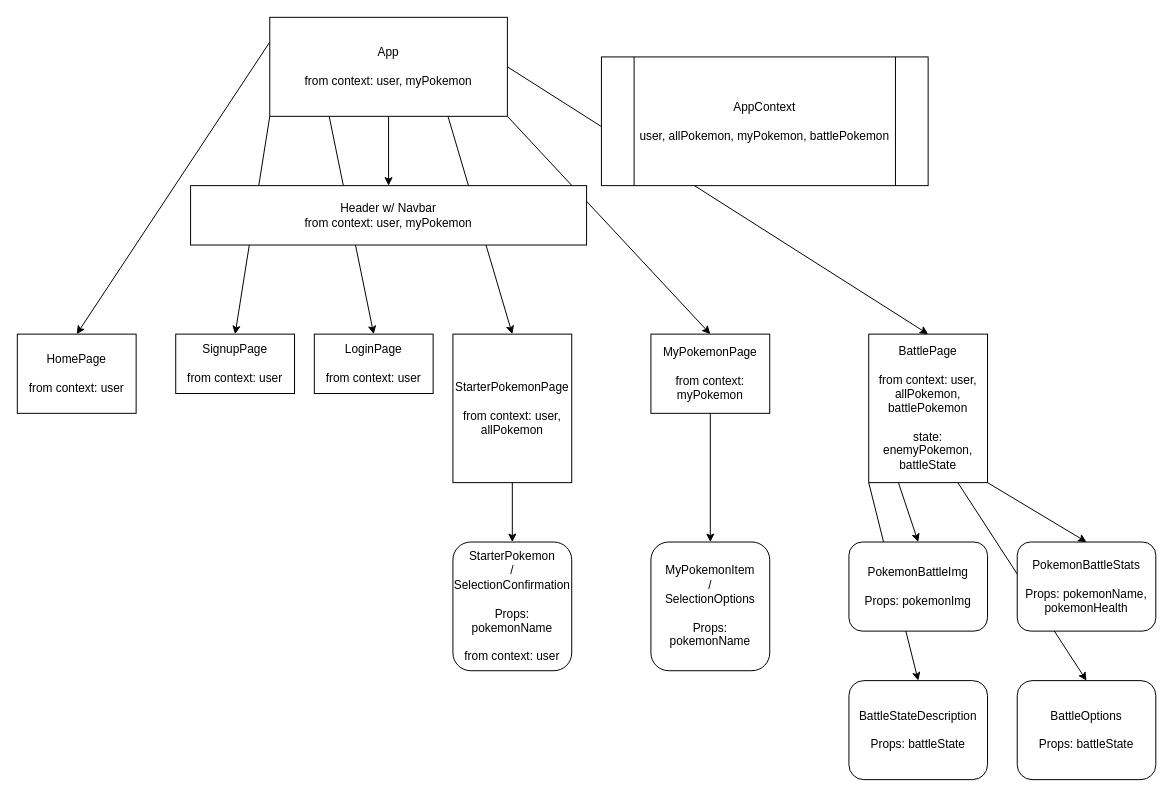
arnquic/unit3SoloProject-Frontend keeps this draw.io diagram as planningStuff/FrontendComponents.dio. Above is the earlier version. Source tidied: cells renumbered, new cells numbered last; positions are measured from the earlier drawing's top-left corner, leaving out a move shared by most shapes. Both pictures are drawn from the tidied source at 99%, with x=0, y=0 at pixel (17, 17).
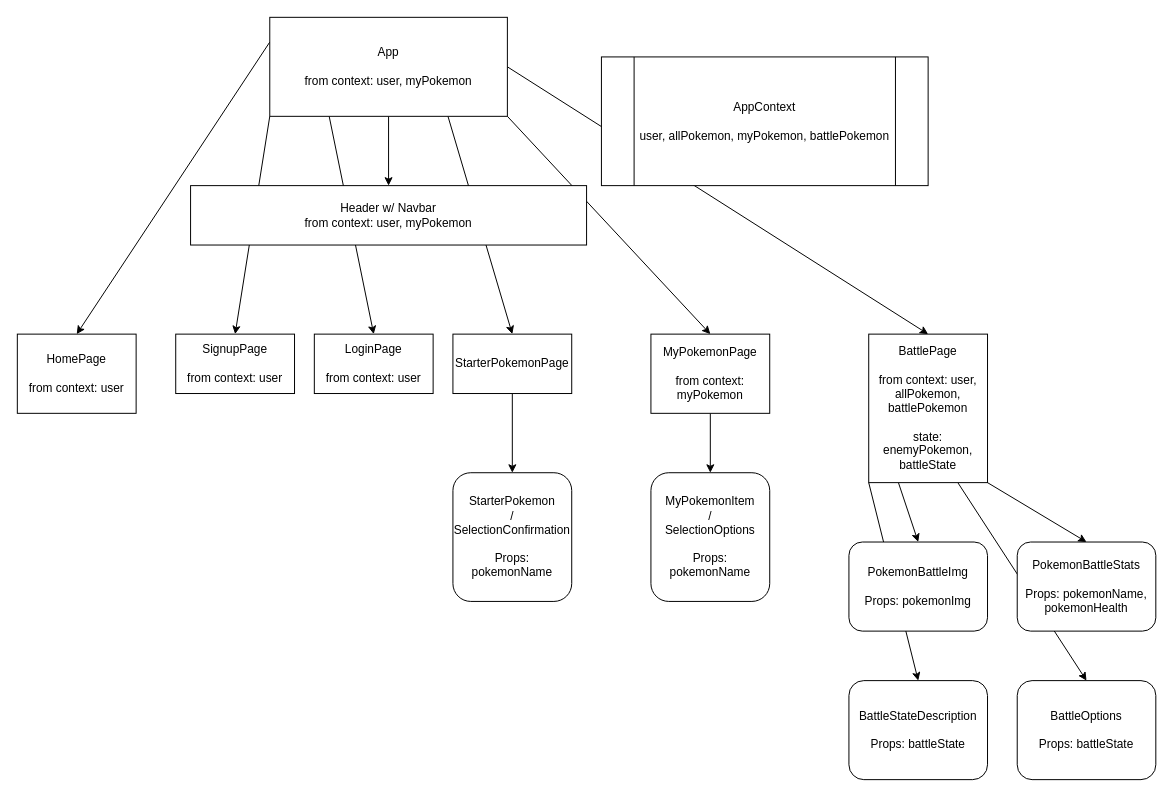
Above is the later version.

Commit message (it also covers changes not shown here):
App.js now gets all of the logged-in user's pokemon upon user change. LoginPage.js function naming corrected. StarterPokemon.js and StarterPokemonPage.js completed.

The edit, as a diff of the source:
```diff
@@
-    <mxCell id="14" value="StarterPokemonPage&lt;br&gt;&lt;br&gt;from context: user, allPokemon" style="rounded=0;whiteSpace=wrap;html=1;" parent="1" vertex="1">
-      <mxGeometry x="440" y="320" width="120" height="150" as="geometry" />
+    <mxCell id="14" value="StarterPokemonPage" style="rounded=0;whiteSpace=wrap;html=1;" parent="1" vertex="1">
+      <mxGeometry x="440" y="320" width="120" height="60" as="geometry" />
     </mxCell>
@@
-    <mxCell id="22" value="StarterPokemon&lt;br&gt;/&lt;br&gt;SelectionConfirmation&lt;br&gt;&lt;br&gt;Props: pokemonName&lt;br&gt;&lt;br&gt;from context: user" style="rounded=1;whiteSpace=wrap;html=1;" parent="1" vertex="1">
-      <mxGeometry x="440" y="530" width="120" height="130" as="geometry" />
+    <mxCell id="22" value="StarterPokemon&lt;br&gt;/&lt;br&gt;SelectionConfirmation&lt;br&gt;&lt;br&gt;Props: pokemonName" style="rounded=1;whiteSpace=wrap;html=1;" parent="1" vertex="1">
+      <mxGeometry x="440" y="460" width="120" height="130" as="geometry" />
     </mxCell>
     <mxCell id="23" value="MyPokemonItem&lt;br&gt;/&lt;br&gt;SelectionOptions&lt;br&gt;&lt;br&gt;Props: pokemonName" style="rounded=1;whiteSpace=wrap;html=1;" parent="1" vertex="1">
-      <mxGeometry x="640" y="530" width="120" height="130" as="geometry" />
+      <mxGeometry x="640" y="460" width="120" height="130" as="geometry" />
     </mxCell>
```
